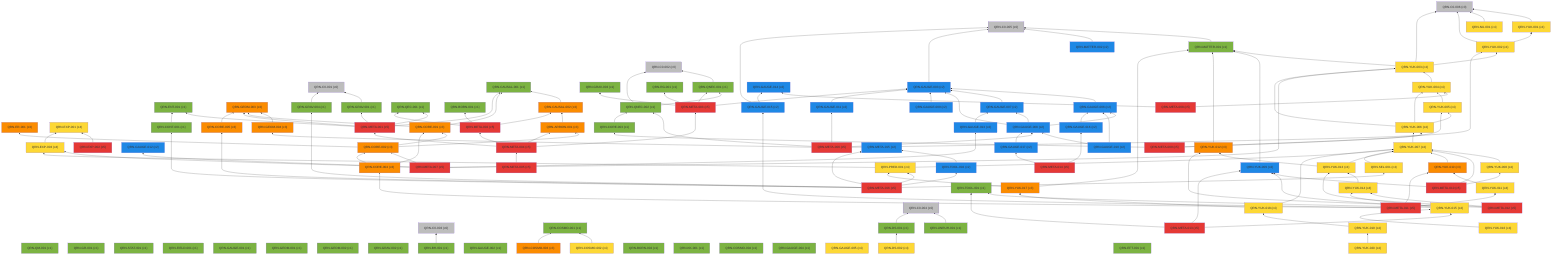
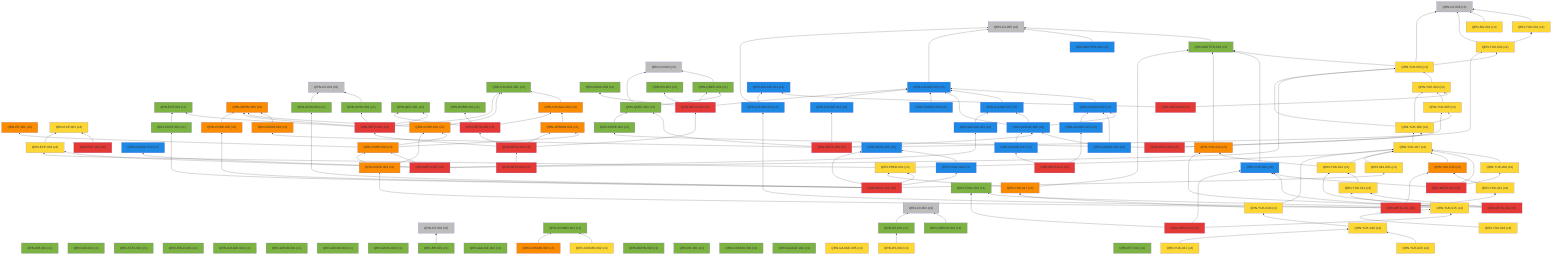
%% 自動生成 (dag/report.pl) — QRN 主張依存グラフ
graph BT
  QRN_C0_001["QRN-C0-001 (c0)"]:::c0
  QRN_C0_002["QRN-C0-002 (c0)"]:::c0
  QRN_C0_003["QRN-C0-003 (c0)"]:::c0
  QRN_C0_004["QRN-C0-004 (c0)"]:::c0
  QRN_C0_005["QRN-C0-005 (c0)"]:::c0
  QRN_C0_006["QRN-C0-006 (c0)"]:::c0
  QRN_QM_001["QRN-QM-001 (c1)"]:::c1
  QRN_GR_001["QRN-GR-001 (c1)"]:::c1
  QRN_STAT_001["QRN-STAT-001 (c1)"]:::c1
  QRN_FIELD_001["QRN-FIELD-001 (c1)"]:::c1
  QRN_GAUGE_001["QRN-GAUGE-001 (c1)"]:::c1
  QRN_ENT_001["QRN-ENT-001 (c1)"]:::c1
  QRN_GEOM_001["QRN-GEOM-001 (c1)"]:::c1
  QRN_GEOM_002["QRN-GEOM-002 (c1)"]:::c1
  QRN_GEOM_003["QRN-GEOM-003 (c3)"]:::c3
  QRN_GRAV_001["QRN-GRAV-001 (c1)"]:::c1
  QRN_GRAV_002["QRN-GRAV-002 (c1)"]:::c1
  QRN_BH_001["QRN-BH-001 (c1)"]:::c1
  QRN_CAUSAL_001["QRN-CAUSAL-001 (c1)"]:::c1
  QRN_CAUSAL_002["QRN-CAUSAL-002 (c3)"]:::c3
  QRN_ER_001["QRN-ER-001 (c3)"]:::c3
  QRN_QEC_001["QRN-QEC-001 (c1)"]:::c1
  QRN_GAUGE_002["QRN-GAUGE-002 (c1)"]:::c1
  QRN_COSMO_001["QRN-COSMO-001 (c1)"]:::c1
  QRN_COSMO_002["QRN-COSMO-002 (c4)"]:::c4
  QRN_COSMO_003["QRN-COSMO-003 (c3)"]:::c3
  QRN_BORN_001["QRN-BORN-001 (c1)"]:::c1
  QRN_BORN_002["QRN-BORN-002 (c1)"]:::c1
  QRN_GRAV_003["QRN-GRAV-003 (c1)"]:::c1
  QRN_KK_001["QRN-KK-001 (c1)"]:::c1
  QRN_MATTER_001["QRN-MATTER-001 (c1)"]:::c1
  QRN_MATTER_002["QRN-MATTER-002 (c2)"]:::c2
  QRN_COSMO_004["QRN-COSMO-004 (c1)"]:::c1
  QRN_EXP_001["QRN-EXP-001 (c4)"]:::c4
  QRN_GAUGE_003["QRN-GAUGE-003 (c2)"]:::c2
  QRN_GAUGE_004["QRN-GAUGE-004 (c1)"]:::c1
  QRN_GAUGE_005["QRN-GAUGE-005 (c4)"]:::c4
  QRN_YUK_001["QRN-YUK-001 (c4)"]:::c4
  QRN_RG_001["QRN-RG-001 (c1)"]:::c1
  QRN_UNRUH_001["QRN-UNRUH-001 (c1)"]:::c1
  QRN_QNEC_001["QRN-QNEC-001 (c1)"]:::c1
  QRN_NU_001["QRN-NU-001 (c4)"]:::c4
  QRN_GAUGE_006["QRN-GAUGE-006 (c2)"]:::c2
  QRN_DS_001["QRN-DS-001 (c1)"]:::c1
  QRN_DS_002["QRN-DS-002 (c4)"]:::c4
  QRN_ARROW_001["QRN-ARROW-001 (c3)"]:::c3
  QRN_GAUGE_007["QRN-GAUGE-007 (c2)"]:::c2
  QRN_EFT_001["QRN-EFT-001 (c1)"]:::c1
  QRN_GAUGE_008["QRN-GAUGE-008 (c2)"]:::c2
  QRN_GAUGE_009["QRN-GAUGE-009 (c2)"]:::c2
  QRN_GAUGE_010["QRN-GAUGE-010 (c2)"]:::c2
  QRN_QNEC_002["QRN-QNEC-002 (c1)"]:::c1
  QRN_GEOM_004["QRN-GEOM-004 (c3)"]:::c3
  QRN_YUK_002["QRN-YUK-002 (c4)"]:::c4
  QRN_EXP_002["QRN-EXP-002 (c5)"]:::c5
  QRN_CORE_001["QRN-CORE-001 (c3)"]:::c3
  QRN_GAUGE_011["QRN-GAUGE-011 (c2)"]:::c2
  QRN_GAUGE_012["QRN-GAUGE-012 (c2)"]:::c2
  QRN_YUK_003["QRN-YUK-003 (c4)"]:::c4
  QRN_EXP_003["QRN-EXP-003 (c4)"]:::c4
  QRN_CORE_002["QRN-CORE-002 (c3)"]:::c3
  QRN_GAUGE_013["QRN-GAUGE-013 (c2)"]:::c2
  QRN_YUK_004["QRN-YUK-004 (c4)"]:::c4
  QRN_GAUGE_014["QRN-GAUGE-014 (c2)"]:::c2
  QRN_META_001["QRN-META-001 (c5)"]:::c5
  QRN_META_002["QRN-META-002 (c5)"]:::c5
  QRN_META_003["QRN-META-003 (c5)"]:::c5
  QRN_META_004["QRN-META-004 (c5)"]:::c5
  QRN_META_005["QRN-META-005 (c5)"]:::c5
  QRN_META_006["QRN-META-006 (c5)"]:::c5
  QRN_META_007["QRN-META-007 (c5)"]:::c5
  QRN_META_008["QRN-META-008 (c5)"]:::c5
  QRN_YUK_005["QRN-YUK-005 (c4)"]:::c4
  QRN_YUK_006["QRN-YUK-006 (c4)"]:::c4
  QRN_CORE_003["QRN-CORE-003 (c1)"]:::c1
  QRN_META_009["QRN-META-009 (c5)"]:::c5
  QRN_YUK_007["QRN-YUK-007 (c4)"]:::c4
  QRN_YUK_008["QRN-YUK-008 (c4)"]:::c4
  QRN_YUK_009["QRN-YUK-009 (c2)"]:::c2
  QRN_META_010["QRN-META-010 (c5)"]:::c5
  QRN_GAUGE_015["QRN-GAUGE-015 (c2)"]:::c2
  QRN_YUK_010["QRN-YUK-010 (c3)"]:::c3
  QRN_YUK_011["QRN-YUK-011 (c4)"]:::c4
  QRN_CORE_004["QRN-CORE-004 (c3)"]:::c3
  QRN_META_011["QRN-META-011 (c5)"]:::c5
  QRN_YUK_012["QRN-YUK-012 (c3)"]:::c3
  QRN_YUK_013["QRN-YUK-013 (c4)"]:::c4
  QRN_YUK_014["QRN-YUK-014 (c4)"]:::c4
  QRN_META_012["QRN-META-012 (c5)"]:::c5
  QRN_TOOL_001["QRN-TOOL-001 (c1)"]:::c1
  QRN_YUK_015["QRN-YUK-015 (c4)"]:::c4
  QRN_META_013["QRN-META-013 (c5)"]:::c5
  QRN_GAUGE_016["QRN-GAUGE-016 (c2)"]:::c2
  QRN_GAUGE_017["QRN-GAUGE-017 (c2)"]:::c2
  QRN_META_014["QRN-META-014 (c5)"]:::c5
  QRN_META_015["QRN-META-015 (c2)"]:::c2
  QRN_TOOL_002["QRN-TOOL-002 (c2)"]:::c2
  QRN_CORE_005["QRN-CORE-005 (c3)"]:::c3
  QRN_CONT_001["QRN-CONT-001 (c1)"]:::c1
  QRN_SEL_001["QRN-SEL-001 (c4)"]:::c4
  QRN_GRAV_004["QRN-GRAV-004 (c1)"]:::c1
  QRN_PRED_001["QRN-PRED-001 (c4)"]:::c4
  QRN_META_016["QRN-META-016 (c5)"]:::c5
  QRN_YUK_016["QRN-YUK-016 (c4)"]:::c4
  QRN_YUK_017["QRN-YUK-017 (c3)"]:::c3
  QRN_YUK_018["QRN-YUK-018 (c4)"]:::c4
  QRN_YUK_019["QRN-YUK-019 (c4)"]:::c4
  QRN_YUK_020["QRN-YUK-020 (c4)"]:::c4
+   QRN_YUK_021["QRN-YUK-021 (c4)"]:::c4
  QRN_GRAV_001 --> QRN_C0_001
  QRN_BH_001 --> QRN_C0_003
  QRN_CAUSAL_002 --> QRN_CAUSAL_001
  QRN_COSMO_002 --> QRN_COSMO_001
  QRN_COSMO_003 --> QRN_COSMO_001
  QRN_MATTER_001 --> QRN_C0_005
  QRN_MATTER_002 --> QRN_C0_005
  QRN_GAUGE_003 --> QRN_C0_005
  QRN_YUK_001 --> QRN_C0_006
  QRN_UNRUH_001 --> QRN_C0_004
  QRN_QNEC_001 --> QRN_C0_002
  QRN_NU_001 --> QRN_C0_006
  QRN_GAUGE_006 --> QRN_GAUGE_003
  QRN_DS_001 --> QRN_C0_004
  QRN_DS_002 --> QRN_DS_001
  QRN_ARROW_001 --> QRN_CAUSAL_002
  QRN_GAUGE_007 --> QRN_GAUGE_003
  QRN_GAUGE_008 --> QRN_GAUGE_003
  QRN_GAUGE_008 --> QRN_GAUGE_006
  QRN_GAUGE_008 --> QRN_GAUGE_007
  QRN_GAUGE_009 --> QRN_GAUGE_003
  QRN_GAUGE_010 --> QRN_GAUGE_006
  QRN_GAUGE_010 --> QRN_GAUGE_008
  QRN_QNEC_002 --> QRN_C0_002
  QRN_QNEC_002 --> QRN_QNEC_001
  QRN_GEOM_004 --> QRN_GEOM_003
  QRN_YUK_002 --> QRN_C0_006
  QRN_YUK_002 --> QRN_YUK_001
  QRN_EXP_002 --> QRN_EXP_001
  QRN_CORE_001 --> QRN_GEOM_003
  QRN_CORE_001 --> QRN_CAUSAL_001
  QRN_GAUGE_011 --> QRN_GAUGE_003
  QRN_YUK_003 --> QRN_C0_006
  QRN_YUK_003 --> QRN_MATTER_001
  QRN_YUK_003 --> QRN_YUK_002
  QRN_EXP_003 --> QRN_EXP_001
  QRN_CORE_002 --> QRN_CORE_001
  QRN_CORE_002 --> QRN_ER_001
  QRN_CORE_002 --> QRN_ARROW_001
  QRN_GAUGE_013 --> QRN_GAUGE_007
  QRN_YUK_004 --> QRN_YUK_003
  QRN_META_001 --> QRN_GEOM_003
  QRN_META_001 --> QRN_GRAV_001
  QRN_META_001 --> QRN_CAUSAL_001
  QRN_META_001 --> QRN_QEC_001
  QRN_META_001 --> QRN_ENT_001
  QRN_META_002 --> QRN_QEC_001
  QRN_META_002 --> QRN_BORN_001
  QRN_META_002 --> QRN_CAUSAL_002
  QRN_META_003 --> QRN_GAUGE_003
  QRN_META_003 --> QRN_RG_001
  QRN_META_003 --> QRN_QNEC_001
  QRN_META_003 --> QRN_GRAV_003
  QRN_META_004 --> QRN_META_001
  QRN_META_004 --> QRN_META_002
  QRN_META_004 --> QRN_META_003
  QRN_META_004 --> QRN_ARROW_001
  QRN_META_005 --> QRN_META_004
  QRN_META_006 --> QRN_GAUGE_008
  QRN_META_006 --> QRN_QNEC_002
  QRN_META_006 --> QRN_GEOM_004
  QRN_META_006 --> QRN_YUK_002
  QRN_META_006 --> QRN_GAUGE_011
  QRN_META_007 --> QRN_GAUGE_012
  QRN_META_007 --> QRN_YUK_003
  QRN_META_007 --> QRN_EXP_003
  QRN_META_007 --> QRN_CORE_002
  QRN_META_007 --> QRN_GAUGE_013
  QRN_META_008 --> QRN_YUK_004
  QRN_META_008 --> QRN_GAUGE_014
  QRN_YUK_005 --> QRN_YUK_004
  QRN_YUK_006 --> QRN_YUK_003
  QRN_YUK_006 --> QRN_YUK_004
  QRN_YUK_006 --> QRN_YUK_005
  QRN_CORE_003 --> QRN_QNEC_002
  QRN_META_009 --> QRN_YUK_005
  QRN_META_009 --> QRN_YUK_006
  QRN_META_009 --> QRN_CORE_003
  QRN_YUK_007 --> QRN_YUK_006
  QRN_YUK_008 --> QRN_YUK_007
  QRN_YUK_009 --> QRN_MATTER_001
  QRN_META_010 --> QRN_YUK_007
  QRN_META_010 --> QRN_YUK_008
  QRN_META_010 --> QRN_YUK_009
  QRN_GAUGE_015 --> QRN_C0_005
  QRN_GAUGE_015 --> QRN_GAUGE_014
  QRN_YUK_010 --> QRN_YUK_007
  QRN_YUK_011 --> QRN_YUK_010
  QRN_CORE_004 --> QRN_CORE_001
  QRN_CORE_004 --> QRN_CORE_002
  QRN_META_011 --> QRN_GAUGE_015
  QRN_META_011 --> QRN_YUK_010
  QRN_META_011 --> QRN_YUK_011
  QRN_META_011 --> QRN_CORE_004
  QRN_YUK_012 --> QRN_MATTER_001
  QRN_YUK_013 --> QRN_YUK_012
  QRN_YUK_013 --> QRN_YUK_007
  QRN_YUK_014 --> QRN_YUK_013
  QRN_META_012 --> QRN_YUK_012
  QRN_META_012 --> QRN_YUK_013
  QRN_META_012 --> QRN_YUK_014
  QRN_YUK_015 --> QRN_YUK_014
  QRN_YUK_015 --> QRN_TOOL_001
  QRN_YUK_015 --> QRN_YUK_009
  QRN_META_013 --> QRN_YUK_015
  QRN_META_013 --> QRN_TOOL_001
  QRN_META_013 --> QRN_YUK_009
  QRN_GAUGE_016 --> QRN_GAUGE_006
  QRN_GAUGE_017 --> QRN_GAUGE_008
  QRN_META_014 --> QRN_GAUGE_016
  QRN_META_014 --> QRN_GAUGE_017
  QRN_TOOL_002 --> QRN_META_015
  QRN_CORE_005 --> QRN_GEOM_003
  QRN_CONT_001 --> QRN_ENT_001
  QRN_SEL_001 --> QRN_YUK_007
  QRN_GRAV_004 --> QRN_C0_001
  QRN_PRED_001 --> QRN_YUK_007
  QRN_PRED_001 --> QRN_EXP_003
  QRN_META_016 --> QRN_META_015
  QRN_META_016 --> QRN_TOOL_002
  QRN_META_016 --> QRN_CORE_005
  QRN_META_016 --> QRN_CONT_001
  QRN_META_016 --> QRN_SEL_001
  QRN_META_016 --> QRN_GRAV_004
  QRN_META_016 --> QRN_PRED_001
  QRN_YUK_016 --> QRN_YUK_015
  QRN_YUK_017 --> QRN_MATTER_001
  QRN_YUK_017 --> QRN_PRED_001
  QRN_YUK_018 --> QRN_YUK_017
  QRN_YUK_018 --> QRN_YUK_007
  QRN_YUK_019 --> QRN_YUK_018
  QRN_YUK_020 --> QRN_YUK_019
+   QRN_YUK_021 --> QRN_YUK_019
  classDef c0 fill:#bdbdbd
  classDef c1 fill:#7cb342
  classDef c2 fill:#1e88e5
  classDef c3 fill:#fb8c00
  classDef c4 fill:#fdd835
  classDef c5 fill:#e53935
